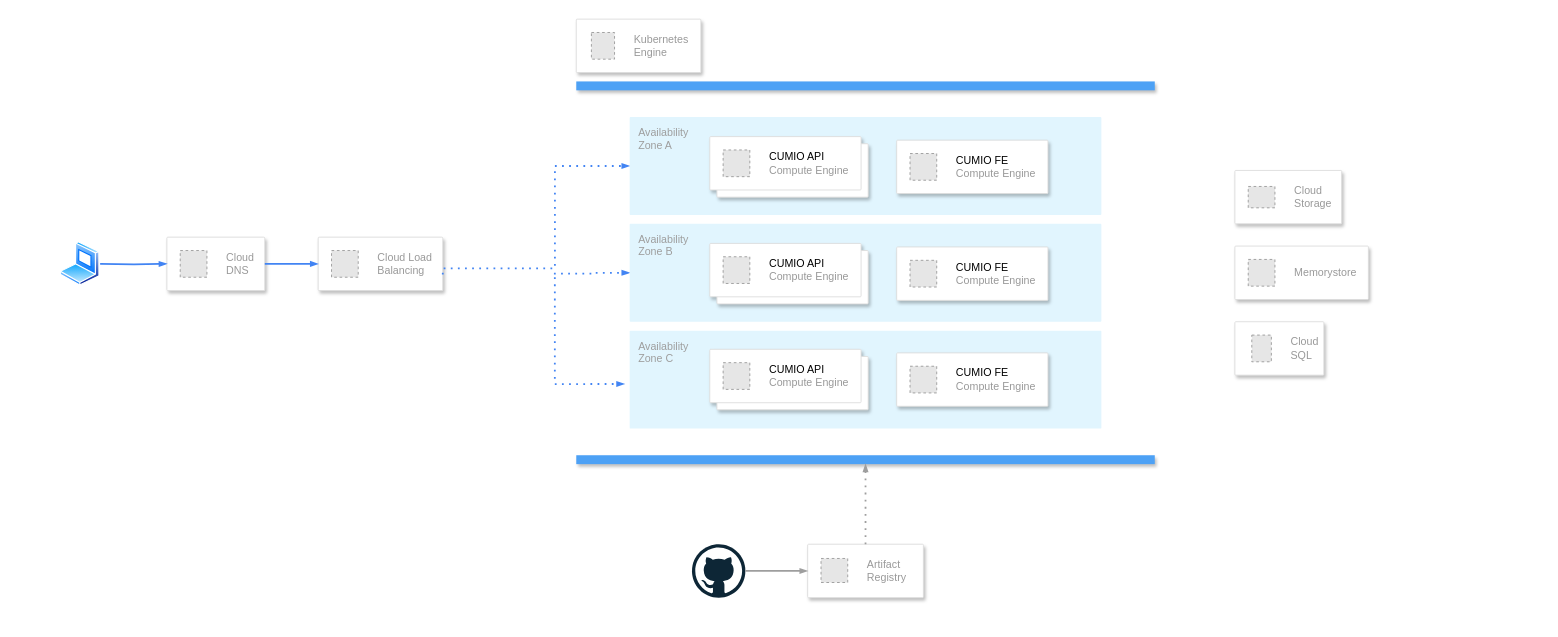
stanislav-zeman/cumio keeps this draw.io diagram as docs/architecture/cumio-architecture-complex.drawio. Above is the earlier version. Source tidied: cells renumbered, new cells numbered last; positions are measured from the earlier drawing's top-left corner, leaving out a move shared by most shapes. Both pictures are drawn from the tidied source at 89%, with x=0, y=0 at pixel (60, 19). Pictures stored in the file or linked from it are replaced by grey dashed boxes.
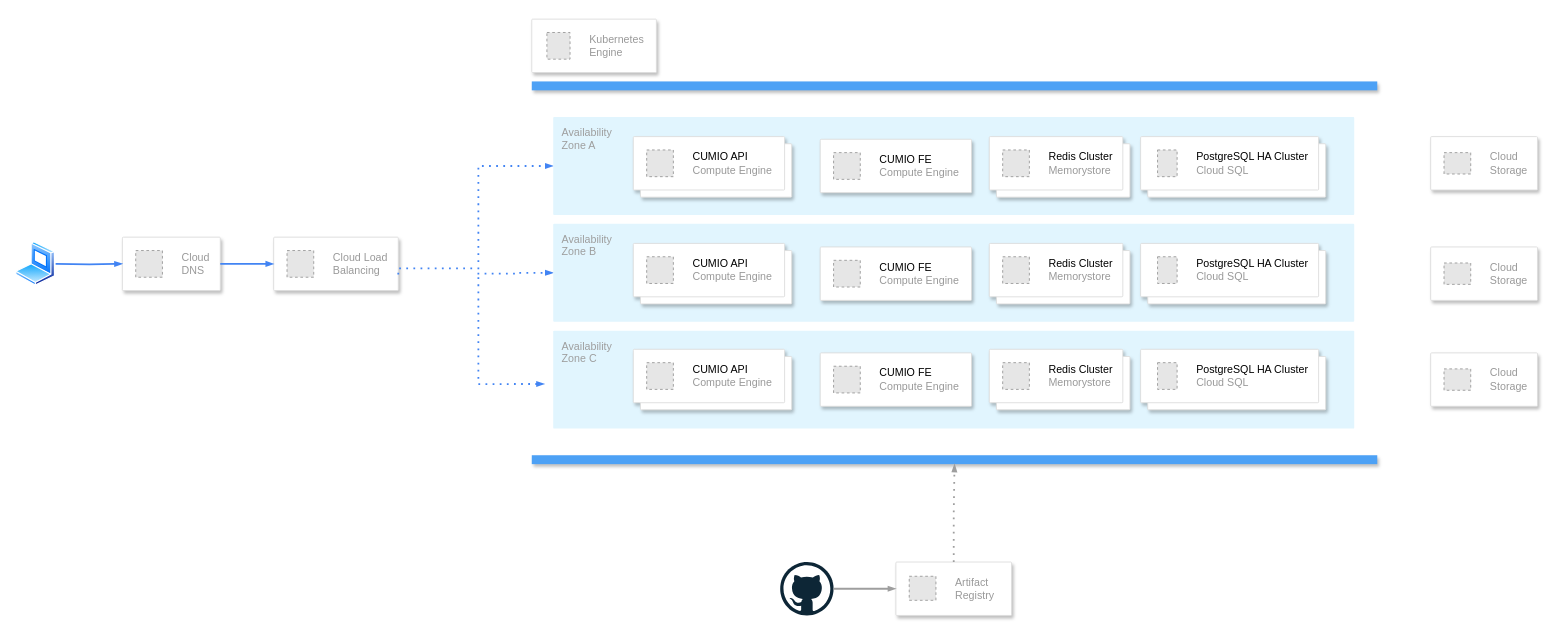
Above is the later version.

Commit message (it also covers changes not shown here):
chore(architecture): update diagrams

What changed in the source:
```diff
@@
     <mxCell id="2" value="Availability&lt;br&gt;Zone C" style="sketch=0;points=[[0,0,0],[0.25,0,0],[0.5,0,0],[0.75,0,0],[1,0,0],[1,0.25,0],[1,0.5,0],[1,0.75,0],[1,1,0],[0.75,1,0],[0.5,1,0],[0.25,1,0],[0,1,0],[0,0.75,0],[0,0.5,0],[0,0.25,0]];rounded=1;absoluteArcSize=1;arcSize=2;html=1;strokeColor=none;gradientColor=none;shadow=0;dashed=0;fontSize=12;fontColor=#9E9E9E;align=left;verticalAlign=top;spacing=10;spacingTop=-4;whiteSpace=wrap;fillColor=#E1F5FE;" parent="1" vertex="1">
-      <mxGeometry x="640" y="350" width="530" height="110" as="geometry" />
+      <mxGeometry x="554.1" y="350" width="900" height="110" as="geometry" />
     </mxCell>
     <mxCell id="3" style="strokeColor=#dddddd;shadow=1;strokeWidth=1;rounded=1;absoluteArcSize=1;arcSize=2;" parent="1" vertex="1">
-      <mxGeometry x="1320" y="170" width="120" height="60" as="geometry" />
+      <mxGeometry x="1540" y="256" width="120" height="60" as="geometry" />
     </mxCell>
@@
     <mxCell id="5" style="strokeColor=#dddddd;shadow=1;strokeWidth=1;rounded=1;absoluteArcSize=1;arcSize=2;" parent="1" vertex="1">
-      <mxGeometry x="120" y="245" width="110" height="60" as="geometry" />
+      <mxGeometry x="70" y="245" width="110" height="60" as="geometry" />
     </mxCell>
@@
     <mxCell id="7" style="image;perimeter=ellipsePerimeter;html=1;align=center;shadow=0;dashed=0;spacingTop=3;image=img/lib/active_directory/laptop_client.svg;" parent="1" vertex="1">
-      <mxGeometry y="250" width="45" height="50" as="geometry" />
+      <mxGeometry x="-50" y="250" width="45" height="50" as="geometry" />
     </mxCell>
     <mxCell id="8" style="strokeColor=#dddddd;shadow=1;strokeWidth=1;rounded=1;absoluteArcSize=1;arcSize=2;" parent="1" vertex="1">
-      <mxGeometry x="290" y="245" width="140" height="60" as="geometry" />
+      <mxGeometry x="240" y="245" width="140" height="60" as="geometry" />
     </mxCell>
@@
     <mxCell id="10" style="strokeColor=#dddddd;shadow=1;strokeWidth=1;rounded=1;absoluteArcSize=1;arcSize=2;" parent="1" vertex="1">
-      <mxGeometry x="580" width="140" height="60" as="geometry" />
+      <mxGeometry x="530" width="140" height="60" as="geometry" />
     </mxCell>
@@
     <mxCell id="12" style="fillColor=#4DA1F5;strokeColor=none;shadow=1;gradientColor=none;fontSize=14;align=left;spacingLeft=50;fontColor=#ffffff;whiteSpace=wrap;html=1;" parent="1" vertex="1">
-      <mxGeometry x="580" y="70" width="650" height="10" as="geometry" />
+      <mxGeometry x="530" y="70" width="950" height="10" as="geometry" />
     </mxCell>
     <mxCell id="13" style="fillColor=#4DA1F5;strokeColor=none;shadow=1;gradientColor=none;fontSize=14;align=left;spacingLeft=50;fontColor=#ffffff;whiteSpace=wrap;html=1;" parent="1" vertex="1">
-      <mxGeometry x="580" y="490" width="650" height="10" as="geometry" />
+      <mxGeometry x="530" y="490" width="950" height="10" as="geometry" />
     </mxCell>
-    <mxCell id="14" style="strokeColor=#dddddd;shadow=1;strokeWidth=1;rounded=1;absoluteArcSize=1;arcSize=2;" parent="1" vertex="1">
-      <mxGeometry x="1320" y="255" width="150" height="60" as="geometry" />
-    </mxCell>
-    <mxCell id="15" value="Memorystore" style="fillColor=#E6E6E6;strokeColor=#999999;dashed=1;html=1;fontColor=#999999;verticalLabelPosition=middle;verticalAlign=middle;labelPosition=right;align=left;spacingLeft=20;" parent="14" vertex="1">
-      <mxGeometry width="30" height="30" relative="1" as="geometry">
-        <mxPoint x="15" y="15" as="offset" />
-      </mxGeometry>
-    </mxCell>
-    <mxCell id="16" style="strokeColor=#dddddd;shadow=1;strokeWidth=1;rounded=1;absoluteArcSize=1;arcSize=2;" parent="1" vertex="1">
-      <mxGeometry x="1320" y="340" width="100" height="60" as="geometry" />
-    </mxCell>
-    <mxCell id="17" value="Cloud&#10;SQL" style="fillColor=#E6E6E6;strokeColor=#999999;dashed=1;html=1;fontColor=#999999;verticalLabelPosition=middle;verticalAlign=middle;labelPosition=right;align=left;spacingLeft=20;" parent="16" vertex="1">
-      <mxGeometry width="22" height="30" relative="1" as="geometry">
-        <mxPoint x="19" y="15" as="offset" />
-      </mxGeometry>
-    </mxCell>
     <mxCell id="18" style="strokeColor=#dddddd;shadow=1;strokeWidth=1;rounded=1;absoluteArcSize=1;arcSize=2;" parent="1" vertex="1">
-      <mxGeometry x="840" y="590" width="130" height="60" as="geometry" />
+      <mxGeometry x="939.1" y="610" width="130" height="60" as="geometry" />
     </mxCell>
@@
     <mxCell id="20" style="dashed=0;outlineConnect=0;html=1;align=center;labelPosition=center;verticalLabelPosition=bottom;verticalAlign=top;shape=mxgraph.weblogos.github;" parent="1" vertex="1">
-      <mxGeometry x="710" y="590" width="60" height="60" as="geometry" />
+      <mxGeometry x="809.1" y="610" width="60" height="60" as="geometry" />
     </mxCell>
     <mxCell id="21" style="edgeStyle=orthogonalEdgeStyle;fontSize=12;html=1;endArrow=blockThin;endFill=1;rounded=0;strokeWidth=2;endSize=4;startSize=4;dashed=0;strokeColor=#4284F3;" parent="1" edge="1">
       <mxGeometry relative="1" as="geometry">
-        <mxPoint x="230" y="275" as="sourcePoint" />
-        <mxPoint x="290" y="275" as="targetPoint" />
+        <mxPoint x="180" y="275" as="sourcePoint" />
+        <mxPoint x="240" y="275" as="targetPoint" />
       </mxGeometry>
     </mxCell>
     <mxCell id="22" style="edgeStyle=orthogonalEdgeStyle;fontSize=12;html=1;endArrow=blockThin;endFill=1;rounded=0;strokeWidth=2;endSize=4;startSize=4;dashed=0;strokeColor=#4284F3;entryX=0;entryY=0.5;entryDx=0;entryDy=0;" parent="1" edge="1" target="5">
       <mxGeometry relative="1" as="geometry">
-        <mxPoint x="45" y="275" as="sourcePoint" />
+        <mxPoint x="-5" y="275" as="sourcePoint" />
       </mxGeometry>
     </mxCell>
     <mxCell id="23" style="edgeStyle=orthogonalEdgeStyle;fontSize=12;html=1;endArrow=blockThin;endFill=1;rounded=0;strokeWidth=2;endSize=4;startSize=4;dashed=1;dashPattern=1 3;strokeColor=#4284F3;exitX=1.029;exitY=0.617;exitDx=0;exitDy=0;exitPerimeter=0;entryX=0;entryY=0.5;entryDx=0;entryDy=0;entryPerimeter=0;" parent="1" edge="1" target="32">
       <mxGeometry relative="1" as="geometry">
-        <mxPoint x="430" y="287" as="sourcePoint" />
+        <mxPoint x="380" y="287" as="sourcePoint" />
         <Array as="points">
-          <mxPoint x="430" y="280" />
-          <mxPoint x="556" y="280" />
-          <mxPoint x="556" y="165" />
+          <mxPoint x="380" y="280" />
+          <mxPoint x="470" y="280" />
+          <mxPoint x="470" y="165" />
         </Array>
       </mxGeometry>
     </mxCell>
     <mxCell id="24" style="edgeStyle=orthogonalEdgeStyle;fontSize=12;html=1;endArrow=blockThin;endFill=1;rounded=0;strokeWidth=2;endSize=4;startSize=4;dashed=1;dashPattern=1 3;strokeColor=#4284F3;entryX=-0.011;entryY=0.545;entryDx=0;entryDy=0;entryPerimeter=0;" parent="1" edge="1" target="2">
       <mxGeometry relative="1" as="geometry">
-        <mxPoint x="555.9" y="290" as="sourcePoint" />
+        <mxPoint x="470" y="290" as="sourcePoint" />
         <Array as="points">
-          <mxPoint x="556" y="410" />
+          <mxPoint x="470.1" y="410" />
         </Array>
       </mxGeometry>
     </mxCell>
     <mxCell id="25" style="edgeStyle=orthogonalEdgeStyle;fontSize=12;html=1;endArrow=blockThin;endFill=1;rounded=0;strokeWidth=2;endSize=4;startSize=4;dashed=1;dashPattern=1 3;strokeColor=#4284F3;entryX=0;entryY=0.5;entryDx=0;entryDy=0;entryPerimeter=0;" parent="1" edge="1" target="37">
       <mxGeometry relative="1" as="geometry">
-        <mxPoint x="555.9" y="285" as="sourcePoint" />
+        <mxPoint x="470" y="285" as="sourcePoint" />
         <Array as="points">
-          <mxPoint x="556" y="286" />
-          <mxPoint x="600" y="286" />
-          <mxPoint x="600" y="285" />
+          <mxPoint x="470.1" y="286" />
+          <mxPoint x="514.1" y="286" />
+          <mxPoint x="514.1" y="285" />
         </Array>
       </mxGeometry>
     </mxCell>
@@
     <mxCell id="28" style="strokeColor=#dddddd;shadow=1;strokeWidth=1;rounded=1;absoluteArcSize=1;arcSize=2;" parent="1" vertex="1">
-      <mxGeometry x="940" y="375" width="170" height="60" as="geometry" />
+      <mxGeometry x="854.1" y="375" width="170" height="60" as="geometry" />
     </mxCell>
@@
     <mxCell id="30" style="shape=mxgraph.gcp2.doubleRect;strokeColor=#dddddd;shadow=1;strokeWidth=1;rounded=1;absoluteArcSize=1;arcSize=2;" parent="1" vertex="1">
-      <mxGeometry x="730" y="371" width="178" height="68" as="geometry" />
+      <mxGeometry x="644.1" y="371" width="178" height="68" as="geometry" />
     </mxCell>
@@
     <mxCell id="32" value="Availability&lt;br&gt;Zone A" style="sketch=0;points=[[0,0,0],[0.25,0,0],[0.5,0,0],[0.75,0,0],[1,0,0],[1,0.25,0],[1,0.5,0],[1,0.75,0],[1,1,0],[0.75,1,0],[0.5,1,0],[0.25,1,0],[0,1,0],[0,0.75,0],[0,0.5,0],[0,0.25,0]];rounded=1;absoluteArcSize=1;arcSize=2;html=1;strokeColor=none;gradientColor=none;shadow=0;dashed=0;fontSize=12;fontColor=#9E9E9E;align=left;verticalAlign=top;spacing=10;spacingTop=-4;whiteSpace=wrap;fillColor=#E1F5FE;" parent="1" vertex="1">
-      <mxGeometry x="640" y="110" width="530" height="110" as="geometry" />
+      <mxGeometry x="554.1" y="110" width="900" height="110" as="geometry" />
     </mxCell>
     <mxCell id="33" style="strokeColor=#dddddd;shadow=1;strokeWidth=1;rounded=1;absoluteArcSize=1;arcSize=2;" parent="1" vertex="1">
-      <mxGeometry x="940" y="136" width="170" height="60" as="geometry" />
+      <mxGeometry x="854.1" y="135" width="170" height="60" as="geometry" />
     </mxCell>
@@
     <mxCell id="35" style="shape=mxgraph.gcp2.doubleRect;strokeColor=#dddddd;shadow=1;strokeWidth=1;rounded=1;absoluteArcSize=1;arcSize=2;" parent="1" vertex="1">
-      <mxGeometry x="730" y="132" width="178" height="68" as="geometry" />
+      <mxGeometry x="644.1" y="132" width="178" height="68" as="geometry" />
     </mxCell>
@@
     <mxCell id="37" value="Availability&lt;br&gt;Zone B" style="sketch=0;points=[[0,0,0],[0.25,0,0],[0.5,0,0],[0.75,0,0],[1,0,0],[1,0.25,0],[1,0.5,0],[1,0.75,0],[1,1,0],[0.75,1,0],[0.5,1,0],[0.25,1,0],[0,1,0],[0,0.75,0],[0,0.5,0],[0,0.25,0]];rounded=1;absoluteArcSize=1;arcSize=2;html=1;strokeColor=none;gradientColor=none;shadow=0;dashed=0;fontSize=12;fontColor=#9E9E9E;align=left;verticalAlign=top;spacing=10;spacingTop=-4;whiteSpace=wrap;fillColor=#E1F5FE;" parent="1" vertex="1">
-      <mxGeometry x="640" y="230" width="530" height="110" as="geometry" />
+      <mxGeometry x="554.1" y="230" width="900" height="110" as="geometry" />
     </mxCell>
     <mxCell id="38" style="strokeColor=#dddddd;shadow=1;strokeWidth=1;rounded=1;absoluteArcSize=1;arcSize=2;" parent="1" vertex="1">
-      <mxGeometry x="940" y="256" width="170" height="60" as="geometry" />
+      <mxGeometry x="854.1" y="256" width="170" height="60" as="geometry" />
     </mxCell>
@@
     <mxCell id="40" style="shape=mxgraph.gcp2.doubleRect;strokeColor=#dddddd;shadow=1;strokeWidth=1;rounded=1;absoluteArcSize=1;arcSize=2;" parent="1" vertex="1">
-      <mxGeometry x="730" y="252" width="178" height="68" as="geometry" />
+      <mxGeometry x="644.1" y="252" width="178" height="68" as="geometry" />
     </mxCell>
@@
+    <mxCell id="42" style="shape=mxgraph.gcp2.doubleRect;strokeColor=#dddddd;shadow=1;strokeWidth=1;rounded=1;absoluteArcSize=1;arcSize=2;" parent="1" vertex="1">
+      <mxGeometry x="1044.1" y="132" width="158" height="68" as="geometry" />
+    </mxCell>
+    <mxCell id="43" value="&lt;font color=&quot;#000000&quot;&gt;Redis Cluster&lt;/font&gt;&lt;br&gt;Memorystore" style="fillColor=#E6E6E6;strokeColor=#999999;dashed=1;html=1;fontColor=#999999;verticalLabelPosition=middle;verticalAlign=middle;labelPosition=right;align=left;spacingLeft=20;" parent="42" vertex="1">
+      <mxGeometry width="30" height="30" relative="1" as="geometry">
+        <mxPoint x="15" y="15" as="offset" />
+      </mxGeometry>
+    </mxCell>
+    <mxCell id="44" style="shape=mxgraph.gcp2.doubleRect;strokeColor=#dddddd;shadow=1;strokeWidth=1;rounded=1;absoluteArcSize=1;arcSize=2;" parent="1" vertex="1">
+      <mxGeometry x="1214.1" y="132" width="208" height="68" as="geometry" />
+    </mxCell>
+    <mxCell id="45" value="&lt;font color=&quot;#000000&quot;&gt;PostgreSQL HA Cluster&lt;/font&gt;&lt;br&gt;Cloud SQL" style="fillColor=#E6E6E6;strokeColor=#999999;dashed=1;html=1;fontColor=#999999;verticalLabelPosition=middle;verticalAlign=middle;labelPosition=right;align=left;spacingLeft=20;" parent="44" vertex="1">
+      <mxGeometry width="22" height="30" relative="1" as="geometry">
+        <mxPoint x="19" y="15" as="offset" />
+      </mxGeometry>
+    </mxCell>
+    <mxCell id="46" style="shape=mxgraph.gcp2.doubleRect;strokeColor=#dddddd;shadow=1;strokeWidth=1;rounded=1;absoluteArcSize=1;arcSize=2;" parent="1" vertex="1">
+      <mxGeometry x="1044.1" y="252" width="158" height="68" as="geometry" />
+    </mxCell>
+    <mxCell id="47" value="&lt;font color=&quot;#000000&quot;&gt;Redis Cluster&lt;/font&gt;&lt;br&gt;Memorystore" style="fillColor=#E6E6E6;strokeColor=#999999;dashed=1;html=1;fontColor=#999999;verticalLabelPosition=middle;verticalAlign=middle;labelPosition=right;align=left;spacingLeft=20;" parent="46" vertex="1">
+      <mxGeometry width="30" height="30" relative="1" as="geometry">
+        <mxPoint x="15" y="15" as="offset" />
+      </mxGeometry>
+    </mxCell>
+    <mxCell id="48" style="shape=mxgraph.gcp2.doubleRect;strokeColor=#dddddd;shadow=1;strokeWidth=1;rounded=1;absoluteArcSize=1;arcSize=2;" parent="1" vertex="1">
+      <mxGeometry x="1214.1" y="252" width="208" height="68" as="geometry" />
+    </mxCell>
+    <mxCell id="49" value="&lt;font color=&quot;#000000&quot;&gt;PostgreSQL HA Cluster&lt;/font&gt;&lt;br&gt;Cloud SQL" style="fillColor=#E6E6E6;strokeColor=#999999;dashed=1;html=1;fontColor=#999999;verticalLabelPosition=middle;verticalAlign=middle;labelPosition=right;align=left;spacingLeft=20;" parent="48" vertex="1">
+      <mxGeometry width="22" height="30" relative="1" as="geometry">
+        <mxPoint x="19" y="15" as="offset" />
+      </mxGeometry>
+    </mxCell>
+    <mxCell id="50" style="shape=mxgraph.gcp2.doubleRect;strokeColor=#dddddd;shadow=1;strokeWidth=1;rounded=1;absoluteArcSize=1;arcSize=2;" parent="1" vertex="1">
+      <mxGeometry x="1044.1" y="371" width="158" height="68" as="geometry" />
+    </mxCell>
+    <mxCell id="51" value="&lt;font color=&quot;#000000&quot;&gt;Redis Cluster&lt;/font&gt;&lt;br&gt;Memorystore" style="fillColor=#E6E6E6;strokeColor=#999999;dashed=1;html=1;fontColor=#999999;verticalLabelPosition=middle;verticalAlign=middle;labelPosition=right;align=left;spacingLeft=20;" parent="50" vertex="1">
+      <mxGeometry width="30" height="30" relative="1" as="geometry">
+        <mxPoint x="15" y="15" as="offset" />
+      </mxGeometry>
+    </mxCell>
+    <mxCell id="52" style="shape=mxgraph.gcp2.doubleRect;strokeColor=#dddddd;shadow=1;strokeWidth=1;rounded=1;absoluteArcSize=1;arcSize=2;" parent="1" vertex="1">
+      <mxGeometry x="1214.1" y="371" width="208" height="68" as="geometry" />
+    </mxCell>
+    <mxCell id="53" value="&lt;font color=&quot;#000000&quot;&gt;PostgreSQL HA Cluster&lt;/font&gt;&lt;br&gt;Cloud SQL" style="fillColor=#E6E6E6;strokeColor=#999999;dashed=1;html=1;fontColor=#999999;verticalLabelPosition=middle;verticalAlign=middle;labelPosition=right;align=left;spacingLeft=20;" parent="52" vertex="1">
+      <mxGeometry width="22" height="30" relative="1" as="geometry">
+        <mxPoint x="19" y="15" as="offset" />
+      </mxGeometry>
+    </mxCell>
+    <mxCell id="54" style="strokeColor=#dddddd;shadow=1;strokeWidth=1;rounded=1;absoluteArcSize=1;arcSize=2;" parent="1" vertex="1">
+      <mxGeometry x="1540" y="132" width="120" height="60" as="geometry" />
+    </mxCell>
+    <mxCell id="55" value="Cloud&#10;Storage" style="fillColor=#E6E6E6;strokeColor=#999999;dashed=1;html=1;fontColor=#999999;verticalLabelPosition=middle;verticalAlign=middle;labelPosition=right;align=left;spacingLeft=20;" parent="54" vertex="1">
+      <mxGeometry width="30" height="24" relative="1" as="geometry">
+        <mxPoint x="15" y="18" as="offset" />
+      </mxGeometry>
+    </mxCell>
+    <mxCell id="56" style="strokeColor=#dddddd;shadow=1;strokeWidth=1;rounded=1;absoluteArcSize=1;arcSize=2;" parent="1" vertex="1">
+      <mxGeometry x="1540" y="375" width="120" height="60" as="geometry" />
+    </mxCell>
+    <mxCell id="57" value="Cloud&#10;Storage" style="fillColor=#E6E6E6;strokeColor=#999999;dashed=1;html=1;fontColor=#999999;verticalLabelPosition=middle;verticalAlign=middle;labelPosition=right;align=left;spacingLeft=20;" parent="56" vertex="1">
+      <mxGeometry width="30" height="24" relative="1" as="geometry">
+        <mxPoint x="15" y="18" as="offset" />
+      </mxGeometry>
+    </mxCell>
```
